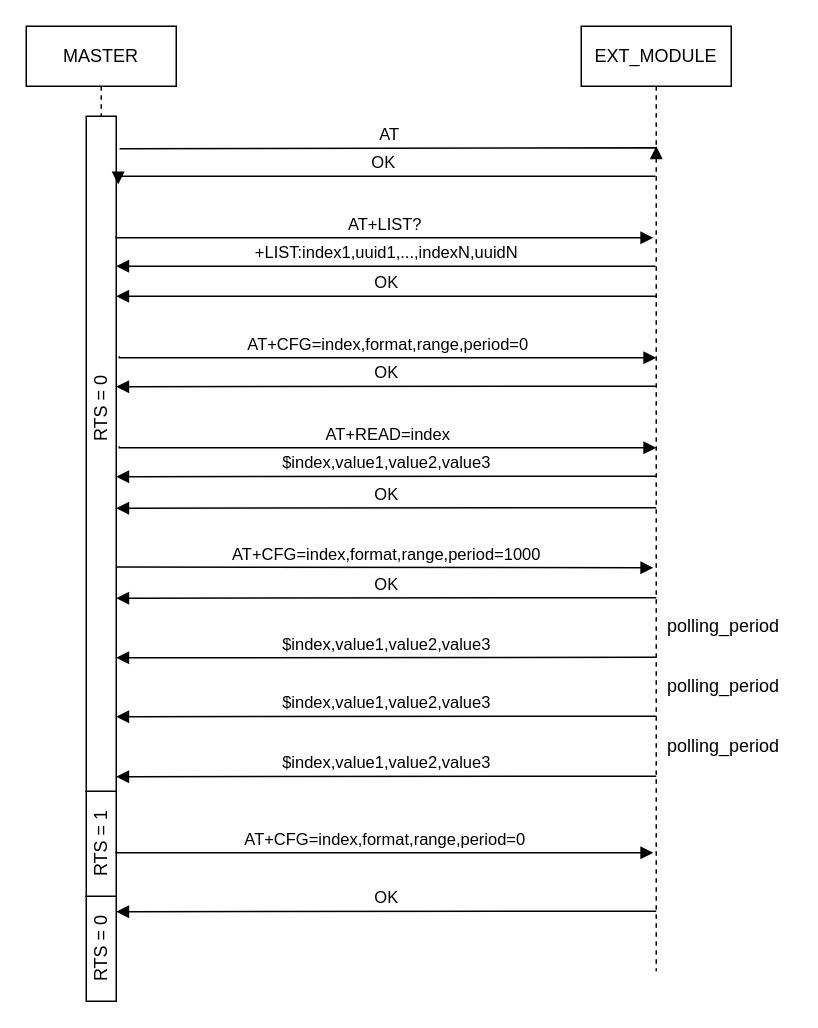
Above: related-documents/diagrams/protocol-flow.drawio in Bastion-RND/school-lab (draw.io), before the change. Source tidied: cells renumbered, new cells numbered last; positions are measured from the earlier drawing's top-left corner, leaving out a move shared by most shapes. Both pictures are drawn from the tidied source at 150%, with x=0, y=0 at pixel (26, 26).
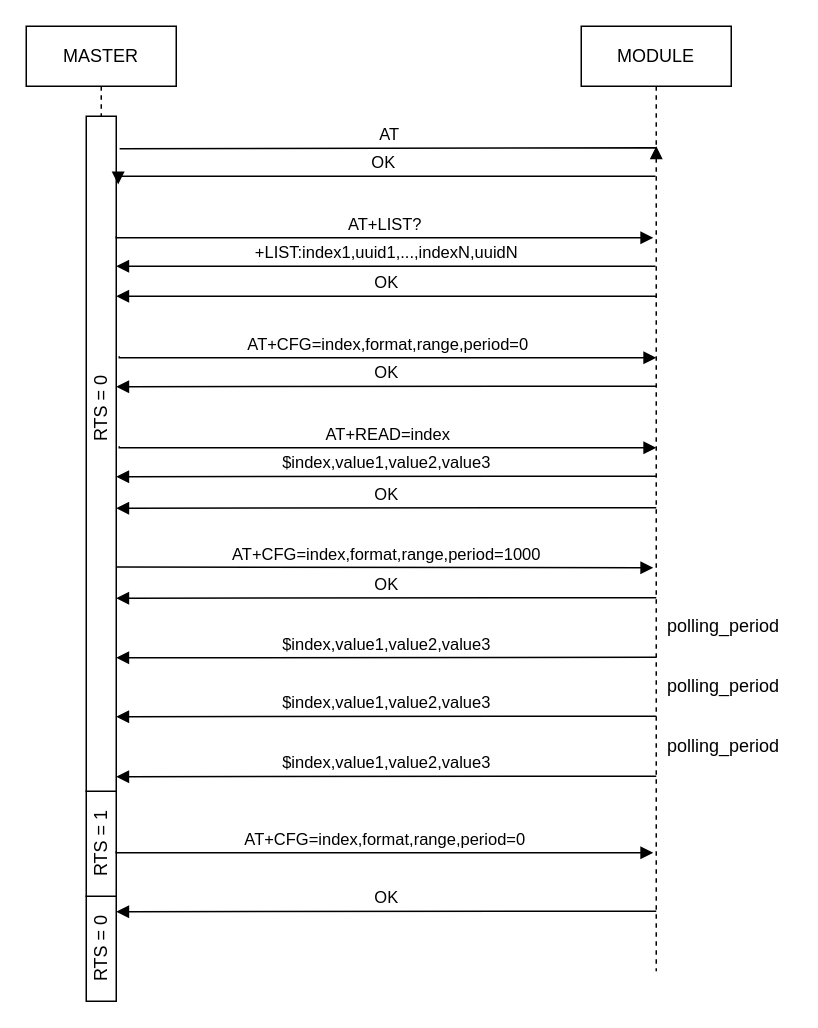
The same diagram, later.

Diff of the diagram source:
```diff
@@
-    <mxCell id="6" value="EXT_MODULE" style="shape=umlLifeline;perimeter=lifelinePerimeter;whiteSpace=wrap;html=1;outlineConnect=0;portConstraint=eastwest;newEdgeStyle={&quot;edgeStyle&quot;:&quot;elbowEdgeStyle&quot;,&quot;elbow&quot;:&quot;vertical&quot;,&quot;curved&quot;:0,&quot;rounded&quot;:0};" parent="1" vertex="1">
+    <mxCell id="6" value="MODULE" style="shape=umlLifeline;perimeter=lifelinePerimeter;whiteSpace=wrap;html=1;outlineConnect=0;portConstraint=eastwest;newEdgeStyle={&quot;edgeStyle&quot;:&quot;elbowEdgeStyle&quot;,&quot;elbow&quot;:&quot;vertical&quot;,&quot;curved&quot;:0,&quot;rounded&quot;:0};" parent="1" vertex="1">
       <mxGeometry x="370" width="100" height="630" as="geometry" />
     </mxCell>
```
